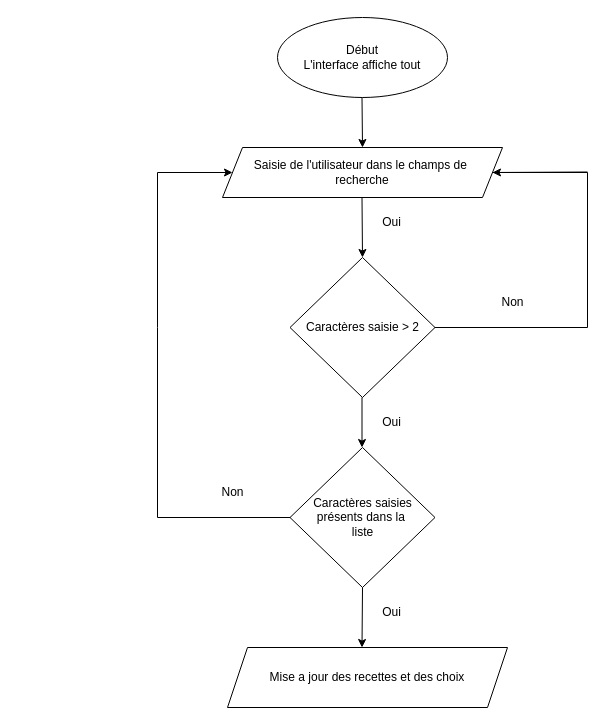
Above: diagram-P7.drawio in GillesQuodbach/p7_les_petits_plats (draw.io), before the change. Source tidied: cells renumbered, new cells numbered last; positions are measured from the earlier drawing's top-left corner, leaving out a move shared by most shapes. Both pictures are drawn from the tidied source at 100%, with x=0, y=0 at pixel (157, 17).
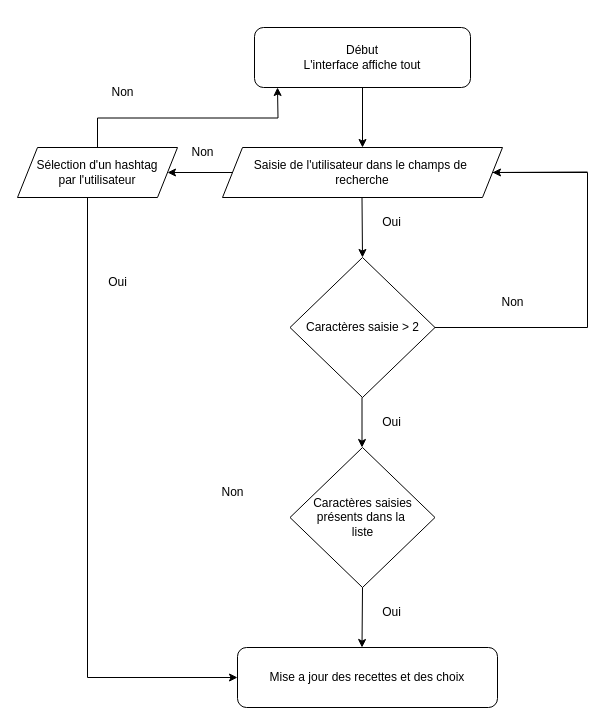
Above is the later version.

Commit message (it also covers changes not shown here):
Mettre à jour diagram-P7.drawio

The change refers to these unchanged cells:
```xml
<mxCell id="4" value="Saisie de l'utilisateur dans le champs de&amp;nbsp;&lt;br&gt;recherche" style="shape=parallelogram;perimeter=parallelogramPerimeter;whiteSpace=wrap;html=1;fixedSize=1;" parent="1" vertex="1">
  <mxGeometry x="65" y="130" width="280" height="50" as="geometry" />
</mxCell>
```

Diff of the diagram source:
```diff
@@
-    <mxCell id="2" value="Début&lt;br&gt;L'interface affiche tout" style="ellipse;whiteSpace=wrap;html=1;" parent="1" vertex="1">
-      <mxGeometry x="120" width="170" height="80" as="geometry" />
-    </mxCell>
-    <mxCell id="3" style="endArrow=classic;html=1;rounded=0;" parent="1" edge="1">
+    <mxCell id="3" style="endArrow=classic;html=1;rounded=0;exitX=0.5;exitY=1;exitDx=0;exitDy=0;" parent="1" edge="1" source="2">
       <mxGeometry relative="1" as="geometry">
-        <mxPoint x="204.5" y="80" as="sourcePoint" />
         <mxPoint x="205" y="130" as="targetPoint" />
       </mxGeometry>
     </mxCell>
+    <mxCell id="21" style="edgeStyle=orthogonalEdgeStyle;rounded=0;jettySize=auto;html=1;exitX=0;exitY=0.5;exitDx=0;exitDy=0;" parent="1" edge="1" source="4" target="24">
+      <mxGeometry relative="1" as="geometry" />
+    </mxCell>
@@
-    <mxCell id="13" style="endArrow=none;html=1;rounded=0;" parent="1" edge="1">
-      <mxGeometry relative="1" as="geometry">
-        <mxPoint y="310" as="sourcePoint" />
-        <mxPoint x="132.5" y="500" as="targetPoint" />
-        <Array as="points">
-          <mxPoint y="500" />
-        </Array>
-      </mxGeometry>
-    </mxCell>
-    <mxCell id="14" style="endArrow=classic;html=1;rounded=0;entryX=0;entryY=0.5;entryDx=0;entryDy=0;" parent="1" edge="1" target="4">
-      <mxGeometry relative="1" as="geometry">
-        <mxPoint y="310" as="sourcePoint" />
-        <Array as="points">
-          <mxPoint y="155" />
-        </Array>
-      </mxGeometry>
-    </mxCell>
@@
+    <mxCell id="22" style="endArrow=classic;html=1;rounded=0;entryX=0;entryY=0.5;entryDx=0;entryDy=0;" parent="1" edge="1">
+      <mxGeometry relative="1" as="geometry">
+        <mxPoint x="-70" y="180" as="sourcePoint" />
+        <mxPoint x="80" y="660" as="targetPoint" />
+        <Array as="points">
+          <mxPoint x="-70" y="660" />
+        </Array>
+      </mxGeometry>
+    </mxCell>
+    <mxCell id="23" style="edgeStyle=orthogonalEdgeStyle;rounded=0;jettySize=auto;html=1;exitX=0.5;exitY=0;exitDx=0;exitDy=0;" parent="1" edge="1" source="24">
+      <mxGeometry relative="1" as="geometry">
+        <mxPoint x="120" y="70" as="targetPoint" />
+      </mxGeometry>
+    </mxCell>
+    <mxCell id="24" value="Sélection d'un hashtag&lt;br&gt;par l'utilisateur" style="shape=parallelogram;perimeter=parallelogramPerimeter;whiteSpace=wrap;html=1;fixedSize=1;" parent="1" vertex="1">
+      <mxGeometry x="-140" y="130" width="160" height="50" as="geometry" />
+    </mxCell>
+    <mxCell id="25" value="Non" style="text;html=1;align=center;verticalAlign=middle;strokeColor=none;fillColor=none;rotation=0;" parent="1" vertex="1">
+      <mxGeometry x="20" y="120" width="50" height="30" as="geometry" />
+    </mxCell>
+    <mxCell id="26" value="Oui" style="text;html=1;align=center;verticalAlign=middle;strokeColor=none;fillColor=none;rotation=0;" parent="1" vertex="1">
+      <mxGeometry x="-60" y="250" width="40" height="30" as="geometry" />
+    </mxCell>
+    <mxCell id="27" value="Non" style="text;html=1;align=center;verticalAlign=middle;strokeColor=none;fillColor=none;rotation=0;" parent="1" vertex="1">
+      <mxGeometry x="-60" y="60" width="50" height="30" as="geometry" />
+    </mxCell>
-    <mxCell id="20" value="Mise a jour des recettes et des choix" style="shape=parallelogram;perimeter=parallelogramPerimeter;whiteSpace=wrap;html=1;fixedSize=1;" parent="1" vertex="1">
-      <mxGeometry x="70" y="630" width="280" height="60" as="geometry" />
+    <mxCell id="20" value="Mise a jour des recettes et des choix" style="rounded=1;whiteSpace=wrap;html=1;" parent="1" vertex="1">
+      <mxGeometry x="80" y="630" width="260" height="60" as="geometry" />
     </mxCell>
+    <mxCell id="2" value="Début&lt;br&gt;L'interface affiche tout" style="rounded=1;whiteSpace=wrap;html=1;" parent="1" vertex="1">
+      <mxGeometry x="97" y="10" width="216" height="60" as="geometry" />
+    </mxCell>
```
